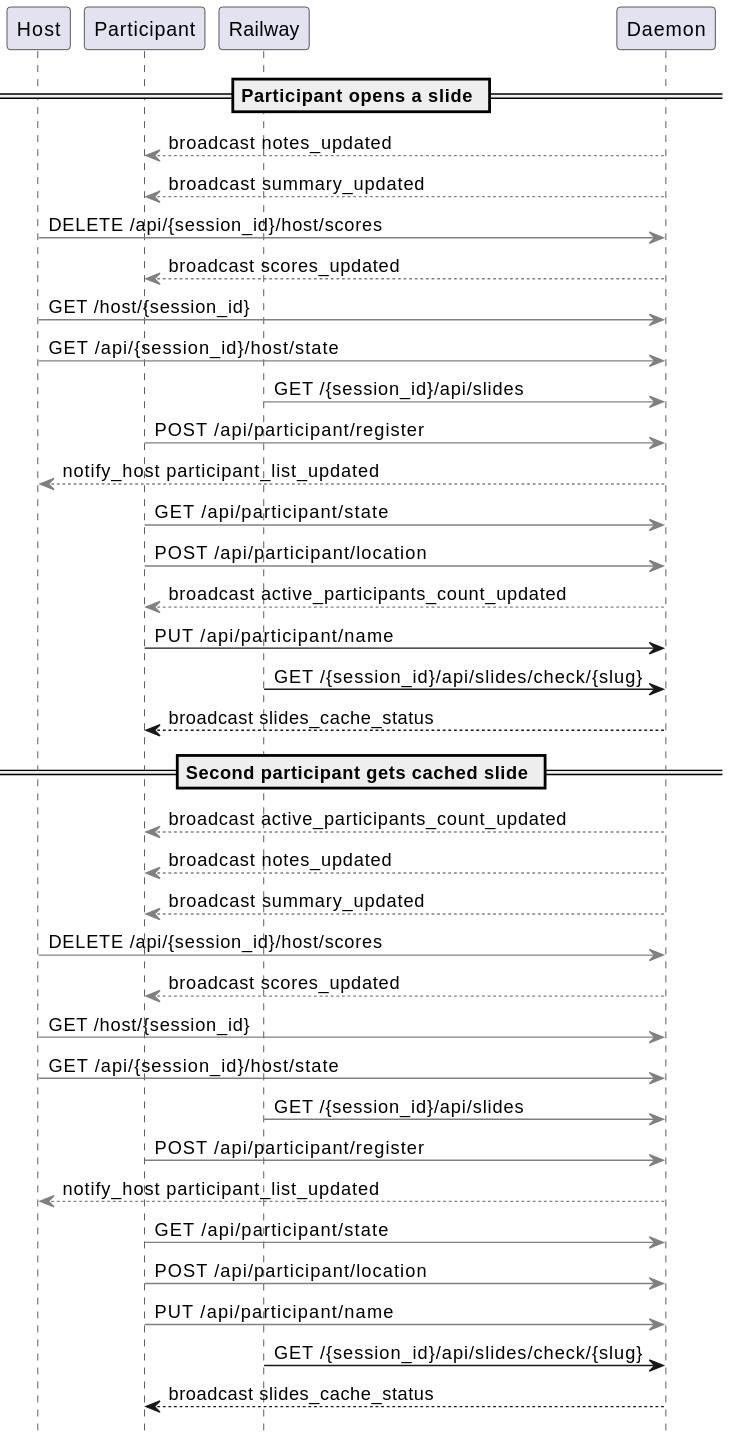
Above: docs/sequences/extracted/svg/06-slides.svg in victorrentea/training-assistant (PlantUML), before the change.
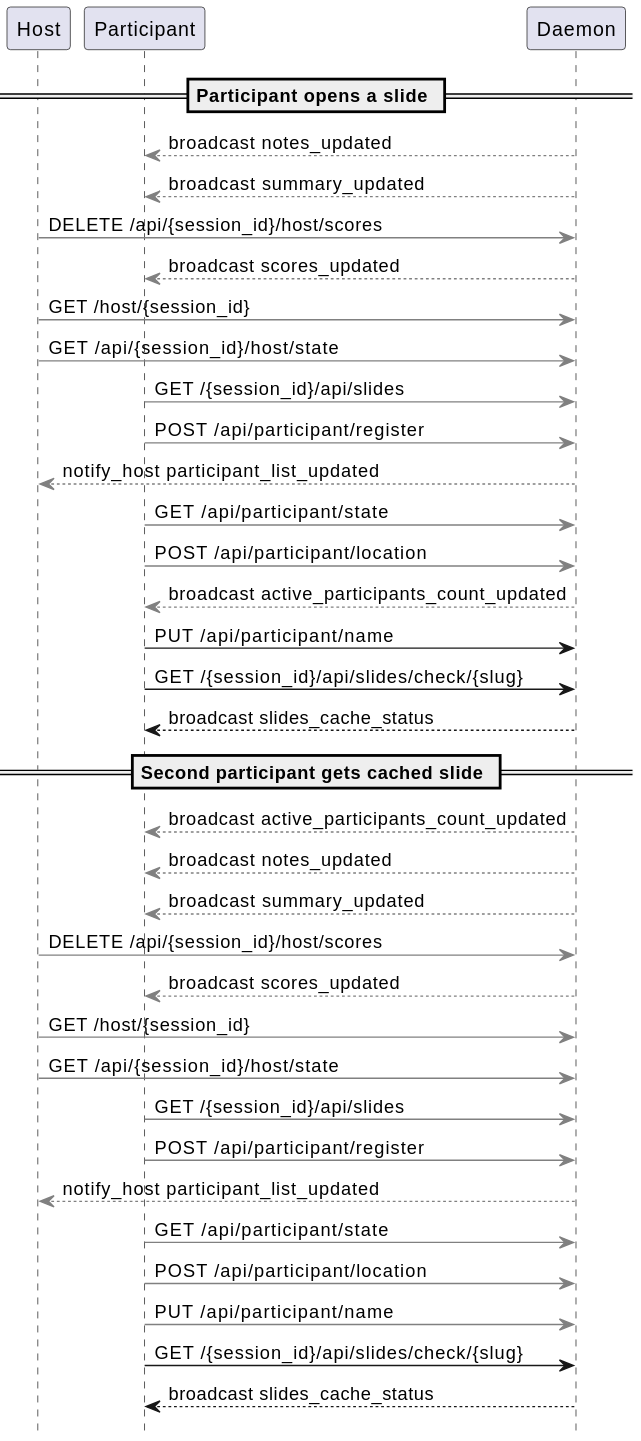
Later version of the same file.

Commit message:
fix(telemetry): collapse Railway->Daemon to Participant->Daemon for all proxied calls

All Railway->Daemon edges are participant-initiated (Railway proxies
participant REST to daemon). Previously only matched /participant/ paths,
missing /api/slides/* calls.

Change to the diagram source:
```diff
@@ -3,7 +3,6 @@
 
 participant "Host"
 participant "Participant"
-participant "Railway"
 participant "Daemon"
 
 == Participant opens a slide ==
@@ -13,14 +12,14 @@
 "Daemon" [#gray]--> "Participant": broadcast scores_updated
 "Host" [#gray]-> "Daemon": GET /host/{session_id}
 "Host" [#gray]-> "Daemon": GET /api/{session_id}/host/state
-"Railway" [#gray]-> "Daemon": GET /{session_id}/api/slides
+"Participant" [#gray]-> "Daemon": GET /{session_id}/api/slides
 "Participant" [#gray]-> "Daemon": POST /api/participant/register
 "Daemon" [#gray]--> "Host": notify_host participant_list_updated
 "Participant" [#gray]-> "Daemon": GET /api/participant/state
 "Participant" [#gray]-> "Daemon": POST /api/participant/location
 "Daemon" [#gray]--> "Participant": broadcast active_participants_count_updated
 "Participant" -> "Daemon": PUT /api/participant/name
-"Railway" -> "Daemon": GET /{session_id}/api/slides/check/{slug}
+"Participant" -> "Daemon": GET /{session_id}/api/slides/check/{slug}
 "Daemon" --> "Participant": broadcast slides_cache_status
 
 == Second participant gets cached slide ==
@@ -31,12 +30,12 @@
 "Daemon" [#gray]--> "Participant": broadcast scores_updated
 "Host" [#gray]-> "Daemon": GET /host/{session_id}
 "Host" [#gray]-> "Daemon": GET /api/{session_id}/host/state
-"Railway" [#gray]-> "Daemon": GET /{session_id}/api/slides
+"Participant" [#gray]-> "Daemon": GET /{session_id}/api/slides
 "Participant" [#gray]-> "Daemon": POST /api/participant/register
 "Daemon" [#gray]--> "Host": notify_host participant_list_updated
 "Participant" [#gray]-> "Daemon": GET /api/participant/state
 "Participant" [#gray]-> "Daemon": POST /api/participant/location
 "Participant" [#gray]-> "Daemon": PUT /api/participant/name
-"Railway" -> "Daemon": GET /{session_id}/api/slides/check/{slug}
+"Participant" -> "Daemon": GET /{session_id}/api/slides/check/{slug}
 "Daemon" --> "Participant": broadcast slides_cache_status
 @enduml
```
